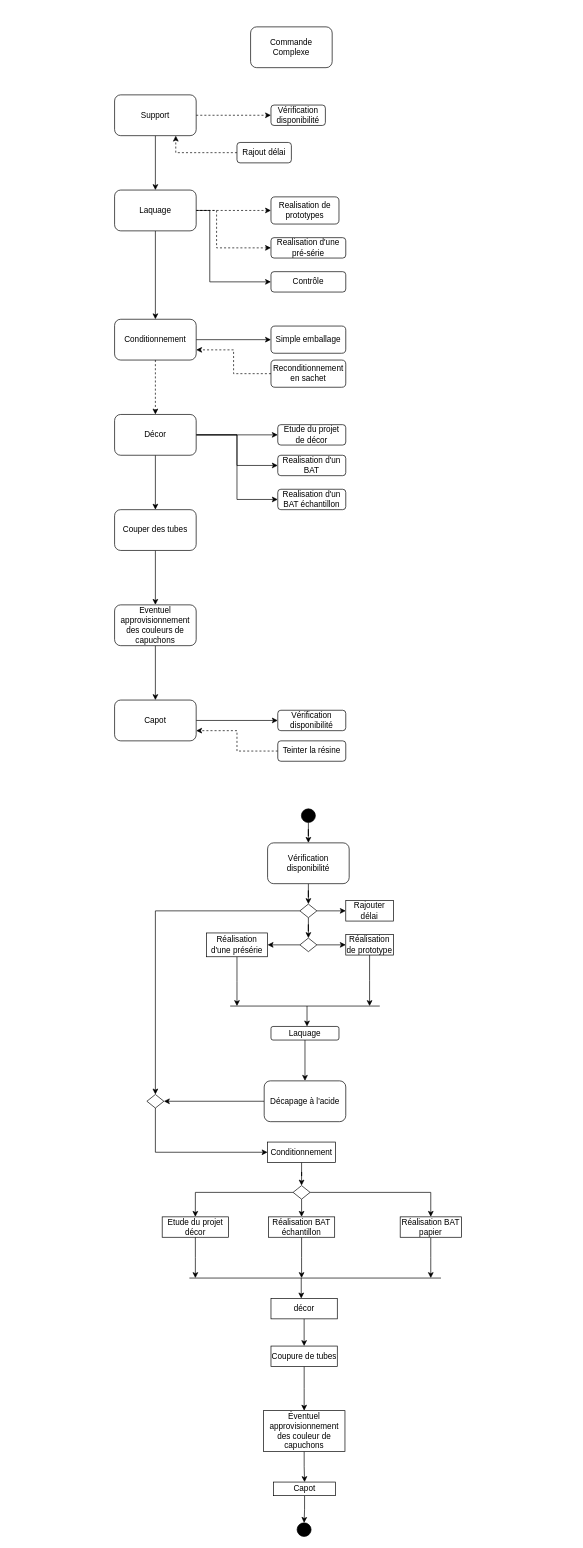
Before: src/td2_oib.drawio in adamspd/outils-ingenierie, a draw.io diagram. Source tidied: cells renumbered, new cells numbered last; positions are measured from the earlier drawing's top-left corner, leaving out a move shared by most shapes. Both pictures are drawn from the tidied source at 68%, with x=0, y=0 at pixel (114, 27).
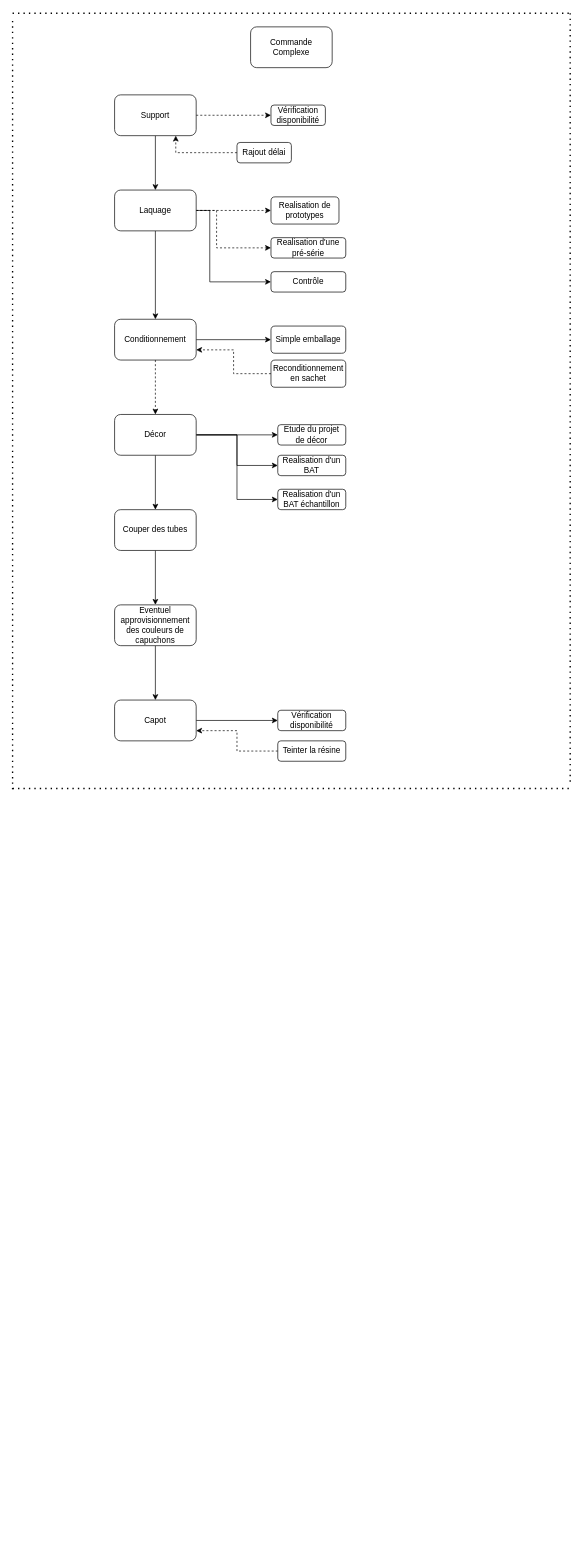
After the change.

Diff of the diagram source:
```diff
@@
-    <mxCell id="40" style="edgeStyle=orthogonalEdgeStyle;rounded=0;jettySize=auto;html=1;" parent="1" edge="1" source="41" target="45">
-      <mxGeometry relative="1" as="geometry" />
-    </mxCell>
-    <mxCell id="41" value="Vérification disponibilité" style="rounded=1;whiteSpace=wrap;html=1;" parent="1" vertex="1">
-      <mxGeometry x="225" y="1200" width="120" height="60" as="geometry" />
-    </mxCell>
-    <mxCell id="42" style="edgeStyle=orthogonalEdgeStyle;rounded=0;jettySize=auto;html=1;" parent="1" edge="1" source="45" target="46">
-      <mxGeometry relative="1" as="geometry" />
-    </mxCell>
-    <mxCell id="43" style="edgeStyle=orthogonalEdgeStyle;rounded=0;jettySize=auto;html=1;" parent="1" edge="1" source="45" target="49">
-      <mxGeometry relative="1" as="geometry" />
-    </mxCell>
-    <mxCell id="44" style="edgeStyle=orthogonalEdgeStyle;rounded=0;jettySize=auto;html=1;entryX=0.5;entryY=0;entryDx=0;entryDy=0;" parent="1" edge="1" source="45" target="61">
-      <mxGeometry relative="1" as="geometry" />
-    </mxCell>
-    <mxCell id="45" style="rhombus;whiteSpace=wrap;html=1;rounded=1;arcSize=0;" parent="1" vertex="1">
-      <mxGeometry x="272.5" y="1290" width="25" height="20" as="geometry" />
-    </mxCell>
-    <mxCell id="46" value="Rajouter délai" style="whiteSpace=wrap;html=1;rounded=1;arcSize=0;" parent="1" vertex="1">
-      <mxGeometry x="340" y="1285" width="70" height="30" as="geometry" />
-    </mxCell>
-    <mxCell id="47" style="edgeStyle=orthogonalEdgeStyle;rounded=0;jettySize=auto;html=1;" parent="1" edge="1" source="49" target="51">
-      <mxGeometry relative="1" as="geometry" />
-    </mxCell>
-    <mxCell id="48" style="edgeStyle=orthogonalEdgeStyle;rounded=0;jettySize=auto;html=1;" parent="1" edge="1" source="49" target="53">
-      <mxGeometry relative="1" as="geometry" />
-    </mxCell>
-    <mxCell id="49" style="rhombus;whiteSpace=wrap;html=1;rounded=1;arcSize=0;" parent="1" vertex="1">
-      <mxGeometry x="272.5" y="1340" width="25" height="20" as="geometry" />
-    </mxCell>
-    <mxCell id="50" style="edgeStyle=orthogonalEdgeStyle;rounded=0;jettySize=auto;html=1;" parent="1" edge="1" source="51">
-      <mxGeometry relative="1" as="geometry">
-        <mxPoint x="375" y="1440" as="targetPoint" />
-      </mxGeometry>
-    </mxCell>
-    <mxCell id="51" value="Réalisation de prototype" style="whiteSpace=wrap;html=1;rounded=1;arcSize=0;" parent="1" vertex="1">
-      <mxGeometry x="340" y="1335" width="70" height="30" as="geometry" />
-    </mxCell>
-    <mxCell id="52" style="edgeStyle=orthogonalEdgeStyle;rounded=0;jettySize=auto;html=1;" parent="1" edge="1" source="53">
-      <mxGeometry relative="1" as="geometry">
-        <mxPoint x="180" y="1440" as="targetPoint" />
-      </mxGeometry>
-    </mxCell>
-    <mxCell id="53" value="Réalisation d'une présérie" style="whiteSpace=wrap;html=1;rounded=1;arcSize=0;" parent="1" vertex="1">
-      <mxGeometry x="135" y="1332.5" width="90" height="35" as="geometry" />
-    </mxCell>
-    <mxCell id="54" style="endArrow=none;html=1;rounded=0;" parent="1" edge="1">
-      <mxGeometry relative="1" as="geometry">
-        <mxPoint x="170" y="1440" as="sourcePoint" />
-        <mxPoint x="390" y="1440" as="targetPoint" />
-      </mxGeometry>
-    </mxCell>
-    <mxCell id="55" style="endArrow=classic;html=1;rounded=0;" parent="1" edge="1">
-      <mxGeometry relative="1" as="geometry">
-        <mxPoint x="283" y="1440" as="sourcePoint" />
-        <mxPoint x="283" y="1470" as="targetPoint" />
-      </mxGeometry>
-    </mxCell>
-    <mxCell id="56" style="edgeStyle=orthogonalEdgeStyle;rounded=0;jettySize=auto;html=1;" parent="1" edge="1" source="57" target="59">
-      <mxGeometry relative="1" as="geometry" />
-    </mxCell>
-    <mxCell id="57" value="Laquage" style="rounded=1;whiteSpace=wrap;html=1;" parent="1" vertex="1">
-      <mxGeometry x="230" y="1470" width="100" height="20" as="geometry" />
-    </mxCell>
-    <mxCell id="58" style="edgeStyle=orthogonalEdgeStyle;rounded=0;jettySize=auto;html=1;entryX=1;entryY=0.5;entryDx=0;entryDy=0;" parent="1" edge="1" source="59" target="61">
-      <mxGeometry relative="1" as="geometry" />
-    </mxCell>
-    <mxCell id="59" value="Décapage à l'acide" style="whiteSpace=wrap;html=1;rounded=1;" parent="1" vertex="1">
-      <mxGeometry x="220" y="1550" width="120" height="60" as="geometry" />
-    </mxCell>
-    <mxCell id="60" style="edgeStyle=orthogonalEdgeStyle;rounded=0;jettySize=auto;html=1;entryX=0;entryY=0.5;entryDx=0;entryDy=0;" parent="1" edge="1" source="61" target="63">
-      <mxGeometry relative="1" as="geometry">
-        <Array as="points">
-          <mxPoint x="60" y="1655" />
-        </Array>
-      </mxGeometry>
-    </mxCell>
-    <mxCell id="61" style="rhombus;whiteSpace=wrap;html=1;rounded=1;arcSize=0;" parent="1" vertex="1">
-      <mxGeometry x="47.5" y="1570" width="25" height="20" as="geometry" />
-    </mxCell>
-    <mxCell id="62" style="edgeStyle=orthogonalEdgeStyle;rounded=0;jettySize=auto;html=1;entryX=0.5;entryY=0;entryDx=0;entryDy=0;" parent="1" edge="1" source="63" target="67">
-      <mxGeometry relative="1" as="geometry" />
-    </mxCell>
-    <mxCell id="63" value="Conditionnement" style="whiteSpace=wrap;html=1;rounded=1;arcSize=0;" parent="1" vertex="1">
-      <mxGeometry x="225" y="1640" width="100" height="30" as="geometry" />
-    </mxCell>
-    <mxCell id="64" style="edgeStyle=orthogonalEdgeStyle;rounded=0;jettySize=auto;html=1;" parent="1" edge="1" source="67" target="69">
-      <mxGeometry relative="1" as="geometry" />
-    </mxCell>
-    <mxCell id="65" style="edgeStyle=orthogonalEdgeStyle;rounded=0;jettySize=auto;html=1;" parent="1" edge="1" source="67" target="71">
-      <mxGeometry relative="1" as="geometry" />
-    </mxCell>
-    <mxCell id="66" style="edgeStyle=orthogonalEdgeStyle;rounded=0;jettySize=auto;html=1;entryX=0.5;entryY=0;entryDx=0;entryDy=0;" parent="1" edge="1" source="67" target="73">
-      <mxGeometry relative="1" as="geometry" />
-    </mxCell>
-    <mxCell id="67" style="rhombus;whiteSpace=wrap;html=1;rounded=1;arcSize=0;" parent="1" vertex="1">
-      <mxGeometry x="262.5" y="1704" width="25" height="20" as="geometry" />
-    </mxCell>
-    <mxCell id="68" style="edgeStyle=orthogonalEdgeStyle;rounded=0;jettySize=auto;html=1;" parent="1" edge="1" source="69">
-      <mxGeometry relative="1" as="geometry">
-        <mxPoint x="275" y="1840" as="targetPoint" />
-      </mxGeometry>
-    </mxCell>
-    <mxCell id="69" value="Réalisation BAT échantillon" style="whiteSpace=wrap;html=1;rounded=1;arcSize=0;" parent="1" vertex="1">
-      <mxGeometry x="226.2" y="1750" width="97.5" height="30" as="geometry" />
-    </mxCell>
-    <mxCell id="70" style="edgeStyle=orthogonalEdgeStyle;rounded=0;jettySize=auto;html=1;" parent="1" edge="1" source="71">
-      <mxGeometry relative="1" as="geometry">
-        <mxPoint x="465" y="1840" as="targetPoint" />
-      </mxGeometry>
-    </mxCell>
-    <mxCell id="71" value="Réalisation BAT papier" style="whiteSpace=wrap;html=1;rounded=1;arcSize=0;" parent="1" vertex="1">
-      <mxGeometry x="420" y="1750" width="90" height="30" as="geometry" />
-    </mxCell>
-    <mxCell id="72" style="edgeStyle=orthogonalEdgeStyle;rounded=0;jettySize=auto;html=1;" parent="1" edge="1" source="73">
-      <mxGeometry relative="1" as="geometry">
-        <mxPoint x="118.8" y="1840" as="targetPoint" />
-      </mxGeometry>
-    </mxCell>
-    <mxCell id="73" value="Etude du projet décor" style="whiteSpace=wrap;html=1;rounded=1;arcSize=0;" parent="1" vertex="1">
-      <mxGeometry x="70" y="1750" width="97.5" height="30" as="geometry" />
-    </mxCell>
-    <mxCell id="74" style="endArrow=none;html=1;rounded=0;" parent="1" edge="1">
-      <mxGeometry relative="1" as="geometry">
-        <mxPoint x="110" y="1840" as="sourcePoint" />
-        <mxPoint x="480" y="1840" as="targetPoint" />
-      </mxGeometry>
-    </mxCell>
-    <mxCell id="75" style="endArrow=classic;html=1;rounded=0;" parent="1" edge="1">
-      <mxGeometry relative="1" as="geometry">
-        <mxPoint x="274.5" y="1840" as="sourcePoint" />
-        <mxPoint x="274.5" y="1870" as="targetPoint" />
-      </mxGeometry>
-    </mxCell>
-    <mxCell id="76" style="edgeStyle=orthogonalEdgeStyle;rounded=0;jettySize=auto;html=1;" parent="1" edge="1" source="77" target="79">
-      <mxGeometry relative="1" as="geometry" />
-    </mxCell>
-    <mxCell id="77" value="décor" style="whiteSpace=wrap;html=1;rounded=1;arcSize=0;" parent="1" vertex="1">
-      <mxGeometry x="230" y="1870" width="97.5" height="30" as="geometry" />
-    </mxCell>
-    <mxCell id="78" style="edgeStyle=orthogonalEdgeStyle;rounded=0;jettySize=auto;html=1;" parent="1" edge="1" source="79" target="81">
-      <mxGeometry relative="1" as="geometry" />
-    </mxCell>
-    <mxCell id="79" value="Coupure de tubes" style="whiteSpace=wrap;html=1;rounded=1;arcSize=0;" parent="1" vertex="1">
-      <mxGeometry x="230" y="1940" width="97.5" height="30" as="geometry" />
-    </mxCell>
-    <mxCell id="80" style="edgeStyle=orthogonalEdgeStyle;rounded=0;jettySize=auto;html=1;" parent="1" edge="1" source="81" target="83">
-      <mxGeometry relative="1" as="geometry" />
-    </mxCell>
-    <mxCell id="81" value="Éventuel approvisionnement des couleur de capuchons" style="whiteSpace=wrap;html=1;rounded=1;arcSize=0;" parent="1" vertex="1">
-      <mxGeometry x="218.8" y="2035" width="120" height="60" as="geometry" />
-    </mxCell>
-    <mxCell id="82" style="edgeStyle=orthogonalEdgeStyle;rounded=0;jettySize=auto;html=1;" parent="1" edge="1" source="83" target="84">
-      <mxGeometry relative="1" as="geometry" />
-    </mxCell>
-    <mxCell id="83" value="Capot" style="whiteSpace=wrap;html=1;rounded=1;arcSize=0;" parent="1" vertex="1">
-      <mxGeometry x="233.8" y="2140" width="91.2" height="20" as="geometry" />
-    </mxCell>
-    <mxCell id="84" style="ellipse;whiteSpace=wrap;html=1;rounded=1;arcSize=0;fillColor=#000000;" parent="1" vertex="1">
-      <mxGeometry x="268.4" y="2200" width="20.6" height="20" as="geometry" />
-    </mxCell>
-    <mxCell id="85" style="edgeStyle=orthogonalEdgeStyle;rounded=0;jettySize=auto;html=1;" parent="1" edge="1" source="86" target="41">
-      <mxGeometry relative="1" as="geometry" />
-    </mxCell>
-    <mxCell id="86" style="ellipse;whiteSpace=wrap;html=1;rounded=1;arcSize=0;fillColor=#000000;" parent="1" vertex="1">
-      <mxGeometry x="274.7" y="1150" width="20.6" height="20" as="geometry" />
-    </mxCell>
+    <mxCell id="87" style="endArrow=none;dashed=1;html=1;dashPattern=1 3;strokeWidth=2;rounded=0;" parent="1" edge="1">
+      <mxGeometry relative="1" as="geometry">
+        <mxPoint x="-150" y="-20" as="sourcePoint" />
+        <mxPoint x="670" y="-20" as="targetPoint" />
+      </mxGeometry>
+    </mxCell>
+    <mxCell id="88" style="endArrow=none;dashed=1;html=1;dashPattern=1 3;strokeWidth=2;rounded=0;" parent="1" edge="1">
+      <mxGeometry relative="1" as="geometry">
+        <mxPoint x="-150" y="1120" as="sourcePoint" />
+        <mxPoint x="670" y="1120" as="targetPoint" />
+      </mxGeometry>
+    </mxCell>
+    <mxCell id="89" style="endArrow=none;dashed=1;html=1;dashPattern=1 3;strokeWidth=2;rounded=0;" parent="1" edge="1">
+      <mxGeometry relative="1" as="geometry">
+        <mxPoint x="670" y="1110" as="sourcePoint" />
+        <mxPoint x="670" y="-21.2" as="targetPoint" />
+      </mxGeometry>
+    </mxCell>
+    <mxCell id="90" style="endArrow=none;dashed=1;html=1;dashPattern=1 3;strokeWidth=2;rounded=0;" parent="1" edge="1">
+      <mxGeometry relative="1" as="geometry">
+        <mxPoint x="-150" y="1121.2" as="sourcePoint" />
+        <mxPoint x="-150" y="-10" as="targetPoint" />
+      </mxGeometry>
+    </mxCell>
```
